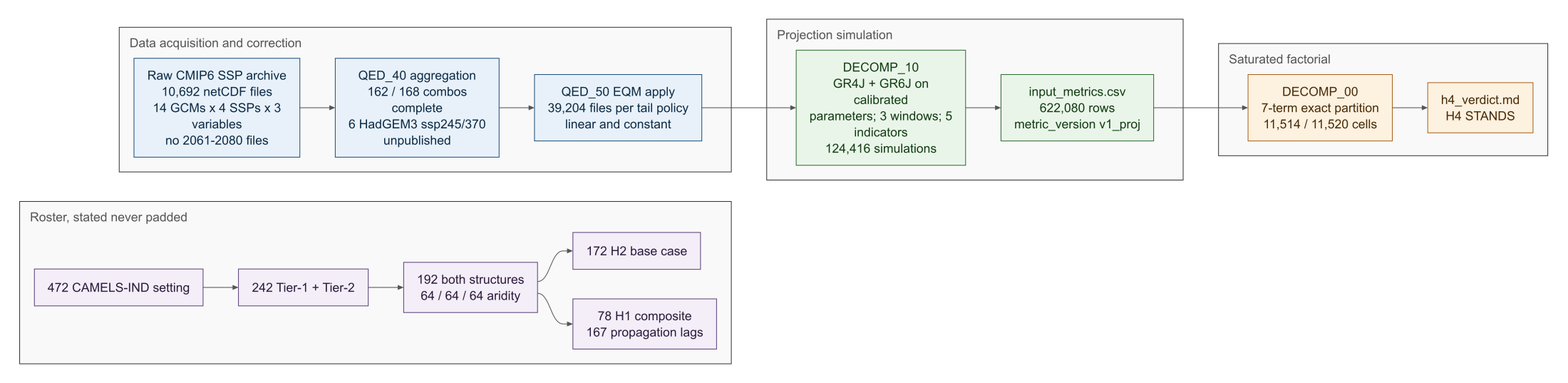
Above: manuscript/figures/fig2_dataflow.png in anixn/CMIP6_IND_GR4J (Mermaid), before the change. Its source is kept beside it as manuscript/figures/fig2_dataflow.mmd. The source it was exported from:
```mermaid
flowchart LR
    subgraph DATA["Data acquisition and correction"]
        A["Raw CMIP6 SSP archive<br/>10,692 netCDF files<br/>14 GCMs × 4 SSPs × 3 variables<br/>no 2061–2080 files"] --> B["QED_40 aggregation<br/>162 / 168 combos complete<br/>6 HadGEM3 ssp245/370 unpublished"]
        B --> C["QED_50 EQM apply<br/>39,204 files per tail policy<br/>linear and constant"]
    end

    subgraph SIM["Projection simulation"]
        C --> D["DECOMP_10<br/>GR4J + GR6J on calibrated parameters<br/>3 windows · 5 indicators<br/>124,416 simulations"]
        D --> E["input_metrics.csv<br/>622,080 rows<br/>metric_version v1_proj"]
    end

    subgraph STAT["Saturated factorial"]
        E --> F["DECOMP_00<br/>7-term exact partition<br/>11,514 / 11,520 cells"]
        F --> G["h4_verdict.md<br/>H4 STANDS"]
    end

    subgraph ROSTER["Roster (stated, never padded)"]
        R1["472 CAMELS-IND setting"]
        R2["242 Tier-1 + Tier-2"]
        R3["192 both structures<br/>64 / 64 / 64 aridity"]
        R4["172 H2 base case"]
        R5["78 H1 composite<br/>167 propagation lags"]
        R1 --> R2 --> R3
        R3 --> R4
        R3 --> R5
    end

    classDef data fill:#e8f1fa,stroke:#1f4e79,color:#0d2b45
    classDef sim fill:#eaf5ea,stroke:#2e6b2e,color:#123d12
    classDef stat fill:#fdf1e0,stroke:#a6611a,color:#4a2c07
    classDef roster fill:#f3eef7,stroke:#5b3f7a,color:#2c1b3d
    class A,B,C data
    class D,E sim
    class F,G stat
    class R1,R2,R3,R4,R5 roster
```
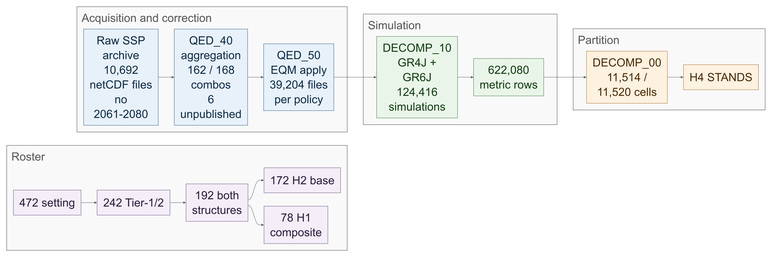
The same diagram one commit later.

Diff of the diagram source:
```diff
@@ -1,30 +1,22 @@
 flowchart LR
-    subgraph DATA["Data acquisition and correction"]
-        A["Raw CMIP6 SSP archive<br/>10,692 netCDF files<br/>14 GCMs × 4 SSPs × 3 variables<br/>no 2061–2080 files"] --> B["QED_40 aggregation<br/>162 / 168 combos complete<br/>6 HadGEM3 ssp245/370 unpublished"]
-        B --> C["QED_50 EQM apply<br/>39,204 files per tail policy<br/>linear and constant"]
+    subgraph DATA["Acquisition and correction"]
+        A["Raw SSP archive<br/>10,692 netCDF files<br/>no 2061-2080"] --> B["QED_40 aggregation<br/>162 / 168 combos<br/>6 unpublished"]
+        B --> C["QED_50 EQM apply<br/>39,204 files per policy"]
     end
-
-    subgraph SIM["Projection simulation"]
-        C --> D["DECOMP_10<br/>GR4J + GR6J on calibrated parameters<br/>3 windows · 5 indicators<br/>124,416 simulations"]
-        D --> E["input_metrics.csv<br/>622,080 rows<br/>metric_version v1_proj"]
+    subgraph SIM["Simulation"]
+        C --> D["DECOMP_10<br/>GR4J + GR6J<br/>124,416 simulations"]
+        D --> E["622,080 metric rows"]
     end
-
-    subgraph STAT["Saturated factorial"]
-        E --> F["DECOMP_00<br/>7-term exact partition<br/>11,514 / 11,520 cells"]
-        F --> G["h4_verdict.md<br/>H4 STANDS"]
+    subgraph STAT["Partition"]
+        E --> F["DECOMP_00<br/>11,514 / 11,520 cells"]
+        F --> G["H4 STANDS"]
     end
-
-    subgraph ROSTER["Roster (stated, never padded)"]
-        R1["472 CAMELS-IND setting"]
-        R2["242 Tier-1 + Tier-2"]
-        R3["192 both structures<br/>64 / 64 / 64 aridity"]
-        R4["172 H2 base case"]
-        R5["78 H1 composite<br/>167 propagation lags"]
-        R1 --> R2 --> R3
-        R3 --> R4
-        R3 --> R5
+    subgraph ROSTER["Roster"]
+        R1["472 setting"] --> R2["242 Tier-1/2"]
+        R2 --> R3["192 both structures"]
+        R3 --> R4["172 H2 base"]
+        R3 --> R5["78 H1 composite"]
     end
-
     classDef data fill:#e8f1fa,stroke:#1f4e79,color:#0d2b45
     classDef sim fill:#eaf5ea,stroke:#2e6b2e,color:#123d12
     classDef stat fill:#fdf1e0,stroke:#a6611a,color:#4a2c07
```
